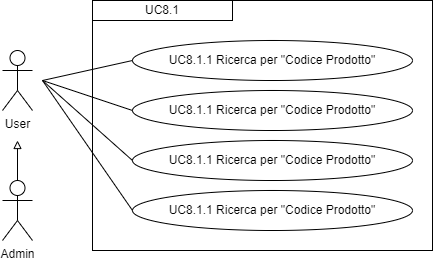
Before: imgs/Uml/UC8.1app.png, a diagram exported from draw.io (ShameIRL/farmacode). Source tidied: cells renumbered, new cells last; positions are measured from the earlier drawing's top-left corner, leaving out a move shared by most shapes.
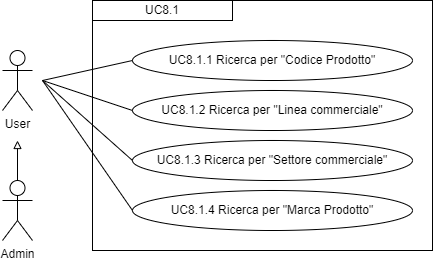
After the change.

Commit message:
requisiti funzionali

What changed in the source:
```diff
@@ -27,13 +27,13 @@
         <mxPoint x="15" y="140" as="targetPoint" />
       </mxGeometry>
     </mxCell>
-    <mxCell id="9" value="UC8.1.1 Ricerca per &quot;Codice Prodotto&quot;" style="ellipse;whiteSpace=wrap;html=1;" parent="1" vertex="1">
+    <mxCell id="9" value="UC8.1.2 Ricerca per &quot;Linea commerciale&quot;" style="ellipse;whiteSpace=wrap;html=1;" parent="1" vertex="1">
       <mxGeometry x="130" y="90" width="280" height="40" as="geometry" />
     </mxCell>
-    <mxCell id="10" value="UC8.1.1 Ricerca per &quot;Codice Prodotto&quot;" style="ellipse;whiteSpace=wrap;html=1;" parent="1" vertex="1">
+    <mxCell id="10" value="UC8.1.3 Ricerca per &quot;Settore commerciale&quot;" style="ellipse;whiteSpace=wrap;html=1;" parent="1" vertex="1">
       <mxGeometry x="130" y="140" width="280" height="40" as="geometry" />
     </mxCell>
-    <mxCell id="11" value="UC8.1.1 Ricerca per &quot;Codice Prodotto&quot;" style="ellipse;whiteSpace=wrap;html=1;" parent="1" vertex="1">
+    <mxCell id="11" value="UC8.1.4 Ricerca per &quot;Marca Prodotto&quot;" style="ellipse;whiteSpace=wrap;html=1;" parent="1" vertex="1">
       <mxGeometry x="130" y="190" width="280" height="40" as="geometry" />
     </mxCell>
     <mxCell id="12" style="endArrow=none;html=1;rounded=0;entryX=0;entryY=0.5;entryDx=0;entryDy=0;" parent="1" edge="1" target="9">
```
